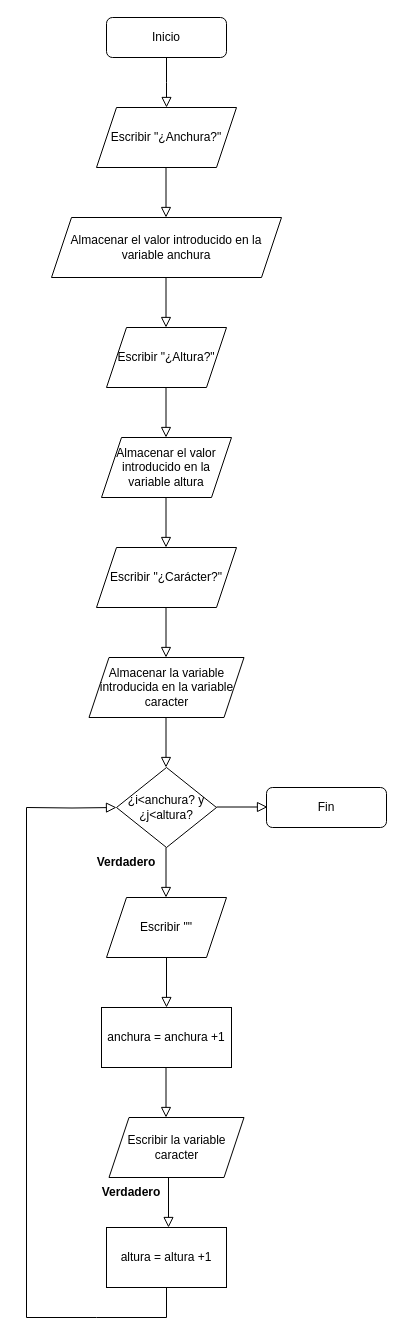
This is Diagramas de flujo/ArteASCII(1).drawio from Patriesc/LosBucles, a draw.io file, before an edit. Source tidied: cells renumbered, new cells numbered last; positions are measured from the earlier drawing's top-left corner, leaving out a move shared by most shapes. Both pictures are drawn from the tidied source at 100%, with x=0, y=0 at pixel (26, 17).
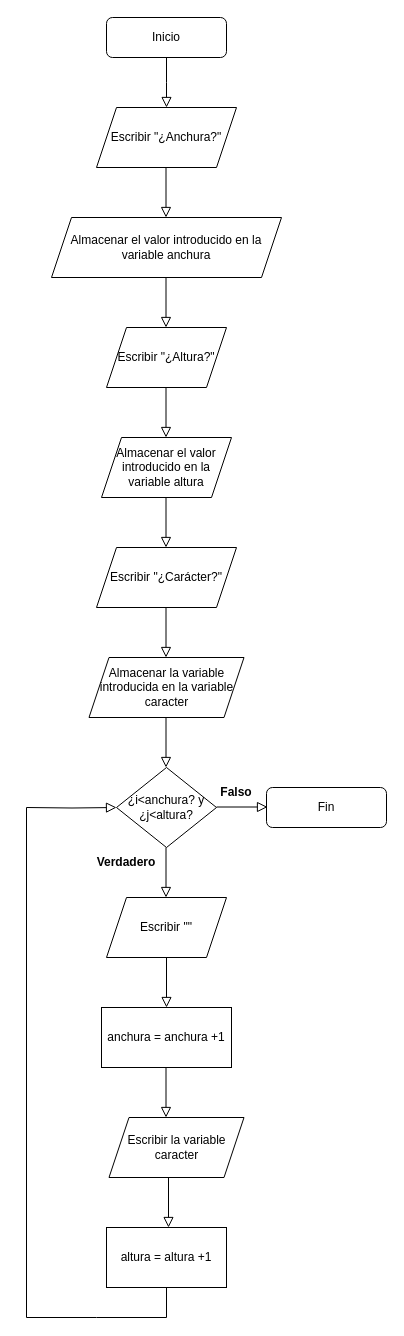
Above is the later version.

The edit, as a diff of the source:
```diff
@@
-    <mxCell id="20" value="&lt;b&gt;Verdadero&lt;/b&gt;" style="text;html=1;strokeColor=none;fillColor=none;align=center;verticalAlign=middle;whiteSpace=wrap;rounded=0;" parent="1" vertex="1">
-      <mxGeometry x="75" y="1160" width="60" height="30" as="geometry" />
-    </mxCell>
@@
+    <mxCell id="31" value="&lt;b&gt;Falso&lt;/b&gt;" style="text;html=1;strokeColor=none;fillColor=none;align=center;verticalAlign=middle;whiteSpace=wrap;rounded=0;" parent="1" vertex="1">
+      <mxGeometry x="180" y="760" width="60" height="30" as="geometry" />
+    </mxCell>
```
